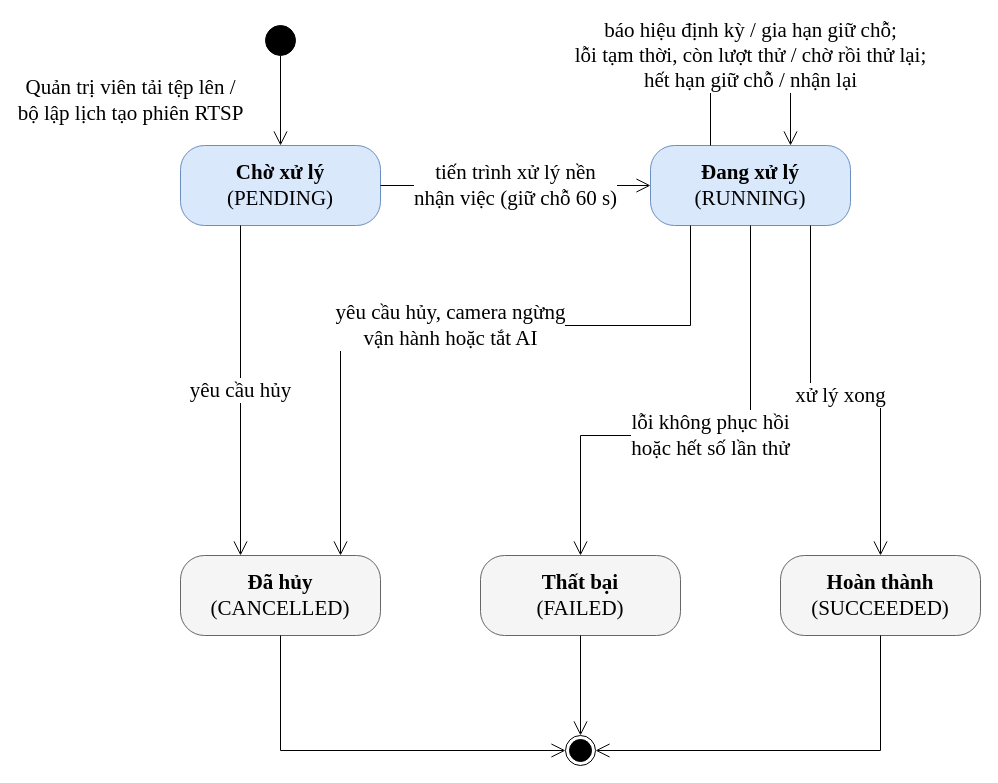
This is report/thesis/figures/H7-trang-thai-cong-viec.drawio from huy-nguyencong/capstone_project_new, a draw.io file, before an edit. Source tidied: cells renumbered, new cells numbered last; positions are measured from the earlier drawing's top-left corner, leaving out a move shared by most shapes. Both pictures are drawn from the tidied source at 100%, with x=0, y=0 at pixel (180, 25).
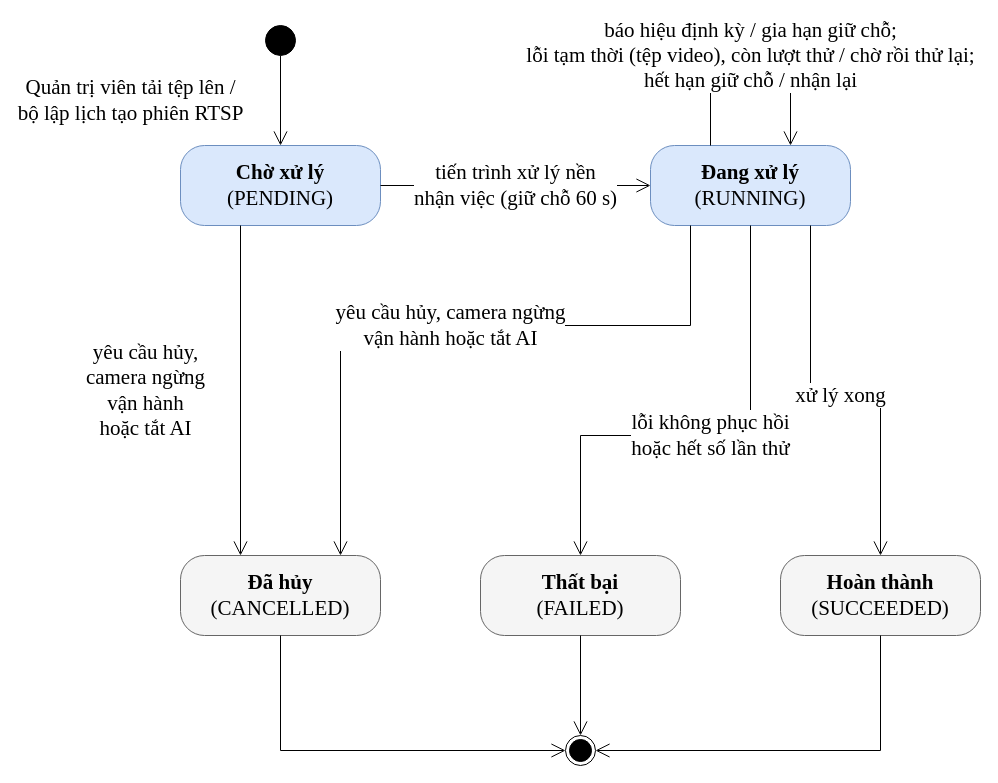
The same page after the edit.

Unchanged cells that the change refers to:
```xml
<mxCell id="3" value="&lt;b&gt;Chờ xử lý&lt;/b&gt;&lt;br&gt;(PENDING)" style="rounded=1;arcSize=30;whiteSpace=wrap;html=1;fillColor=#DAE8FC;strokeColor=#6C8EBF;fontFamily=Times New Roman;fontSize=21;" parent="1" vertex="1">
  <mxGeometry y="120" width="200" height="80" as="geometry" />
</mxCell>
<mxCell id="4" value="&lt;b&gt;Đang xử lý&lt;/b&gt;&lt;br&gt;(RUNNING)" style="rounded=1;arcSize=30;whiteSpace=wrap;html=1;fillColor=#DAE8FC;strokeColor=#6C8EBF;fontFamily=Times New Roman;fontSize=21;" parent="1" vertex="1">
  <mxGeometry x="470" y="120" width="200" height="80" as="geometry" />
</mxCell>
<mxCell id="5" value="&lt;b&gt;Đã hủy&lt;/b&gt;&lt;br&gt;(CANCELLED)" style="rounded=1;arcSize=30;whiteSpace=wrap;html=1;fillColor=#F5F5F5;strokeColor=#666666;fontFamily=Times New Roman;fontSize=21;" parent="1" vertex="1">
  <mxGeometry y="530" width="200" height="80" as="geometry" />
</mxCell>
```

What changed in the source:
```diff
@@
-    <mxCell id="11" value="báo hiệu định kỳ / gia hạn giữ chỗ;&lt;br&gt;lỗi tạm thời, còn lượt thử / chờ rồi thử lại;&lt;br&gt;hết hạn giữ chỗ / nhận lại" style="endArrow=open;endSize=12;html=1;rounded=0;labelBackgroundColor=#ffffff;edgeStyle=orthogonalEdgeStyle;exitX=0.3;exitY=0;exitDx=0;exitDy=0;entryX=0.7;entryY=0;entryDx=0;entryDy=0;fontFamily=Times New Roman;fontSize=21;" parent="1" edge="1" source="4" target="4">
+    <mxCell id="11" value="báo hiệu định kỳ / gia hạn giữ chỗ;&lt;br&gt;lỗi tạm thời (tệp video), còn lượt thử / chờ rồi thử lại;&lt;br&gt;hết hạn giữ chỗ / nhận lại" style="endArrow=open;endSize=12;html=1;rounded=0;labelBackgroundColor=#ffffff;edgeStyle=orthogonalEdgeStyle;exitX=0.3;exitY=0;exitDx=0;exitDy=0;entryX=0.7;entryY=0;entryDx=0;entryDy=0;fontFamily=Times New Roman;fontSize=21;" parent="1" edge="1" source="4" target="4">
       <mxGeometry relative="1" as="geometry">
         <Array as="points">
           <mxPoint x="530" y="30" />
           <mxPoint x="610" y="30" />
         </Array>
       </mxGeometry>
     </mxCell>
@@
-    <mxCell id="15" value="yêu cầu hủy" style="endArrow=open;endSize=12;html=1;rounded=0;labelBackgroundColor=#ffffff;exitX=0.3;exitY=1;exitDx=0;exitDy=0;entryX=0.3;entryY=0;entryDx=0;entryDy=0;fontFamily=Times New Roman;fontSize=21;" parent="1" edge="1" source="3" target="5">
-      <mxGeometry relative="1" as="geometry" />
+    <mxCell id="15" value="yêu cầu hủy,&lt;br&gt;camera ngừng&lt;br&gt;vận hành&lt;br&gt;hoặc tắt AI" style="endArrow=open;endSize=12;html=1;rounded=0;labelBackgroundColor=#ffffff;exitX=0.3;exitY=1;exitDx=0;exitDy=0;entryX=0.3;entryY=0;entryDx=0;entryDy=0;fontFamily=Times New Roman;fontSize=21;" parent="1" edge="1" source="3" target="5">
+      <mxGeometry relative="1" as="geometry">
+        <mxPoint x="-95" as="offset" />
+      </mxGeometry>
     </mxCell>
```
